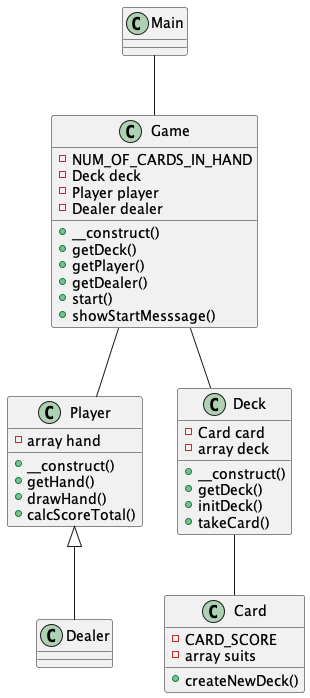
Earlier version of the PlantUML export out/src/docs/class/Blackjack.png (ryamate/php-oop-cli-blackjack).
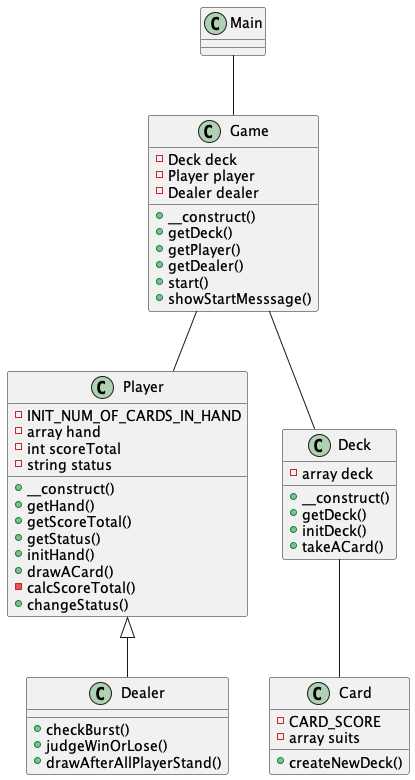
Later version of the same file.

What changed in the source:
```diff
@@ -4,7 +4,6 @@
 }
 
 class Game {
-  -NUM_OF_CARDS_IN_HAND
   -Deck deck
   -Player player
   -Dealer dealer
@@ -18,23 +17,32 @@
 }
 
 class Player {
+  -INIT_NUM_OF_CARDS_IN_HAND
   -array hand
+  -int scoreTotal
+  -string status
   +__construct()
   +getHand()
-  +drawHand()
-  +calcScoreTotal()
+  +getScoreTotal()
+  +getStatus()
+  +initHand()
+  +drawACard()
+  -calcScoreTotal()
+  +changeStatus()
 }
 
 class Dealer {
+  +checkBurst()
+  +judgeWinOrLose()
+  +drawAfterAllPlayerStand()
 }
 
 class Deck {
-  -Card card
   -array deck
   +__construct()
   +getDeck()
   +initDeck()
-  +takeCard()
+  +takeACard()
 }
 
 class Card {
```
